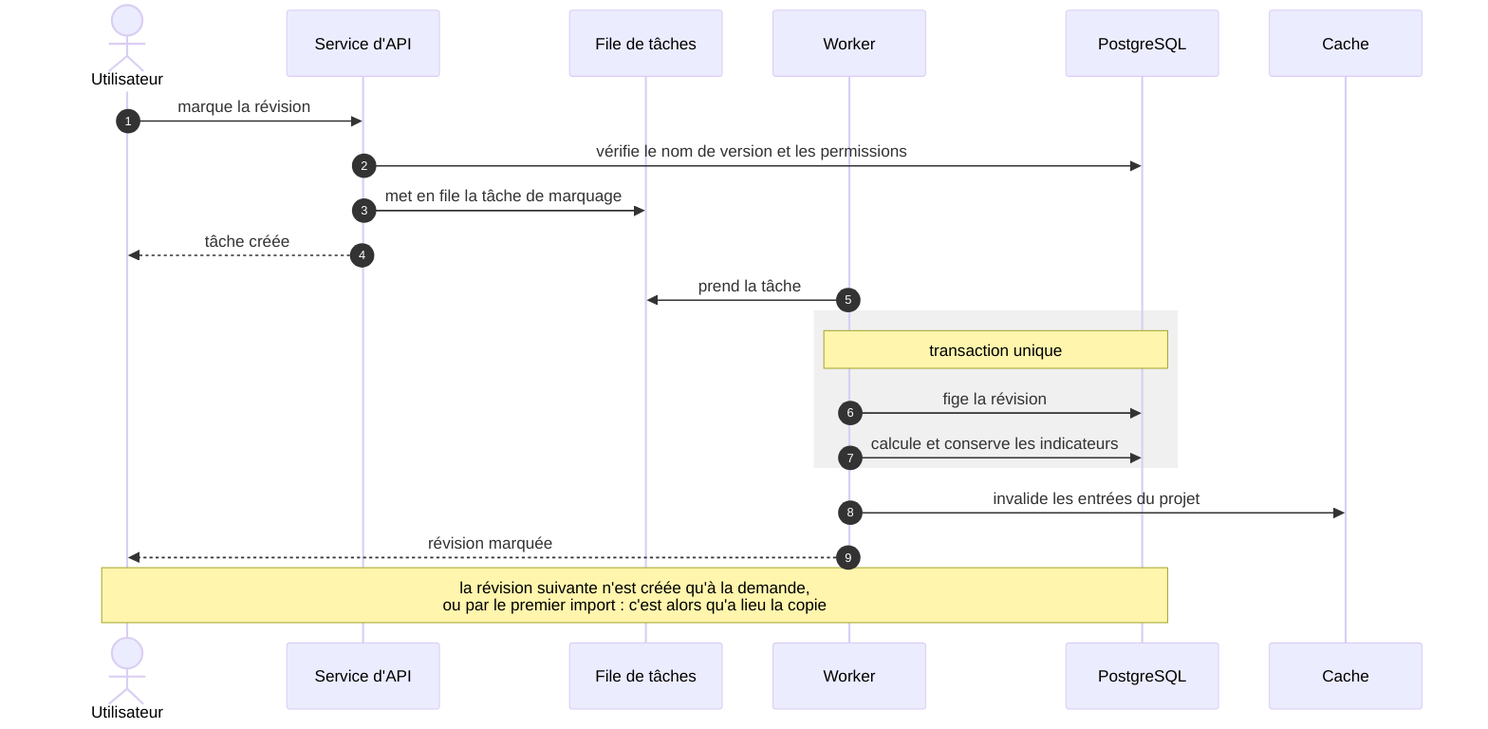
The Mermaid diagram docs/spec/figures/marquage-revision.png in waterfall-project/wf-project, before a commit. Its source is kept beside it as docs/spec/figures/marquage-revision.mmd.
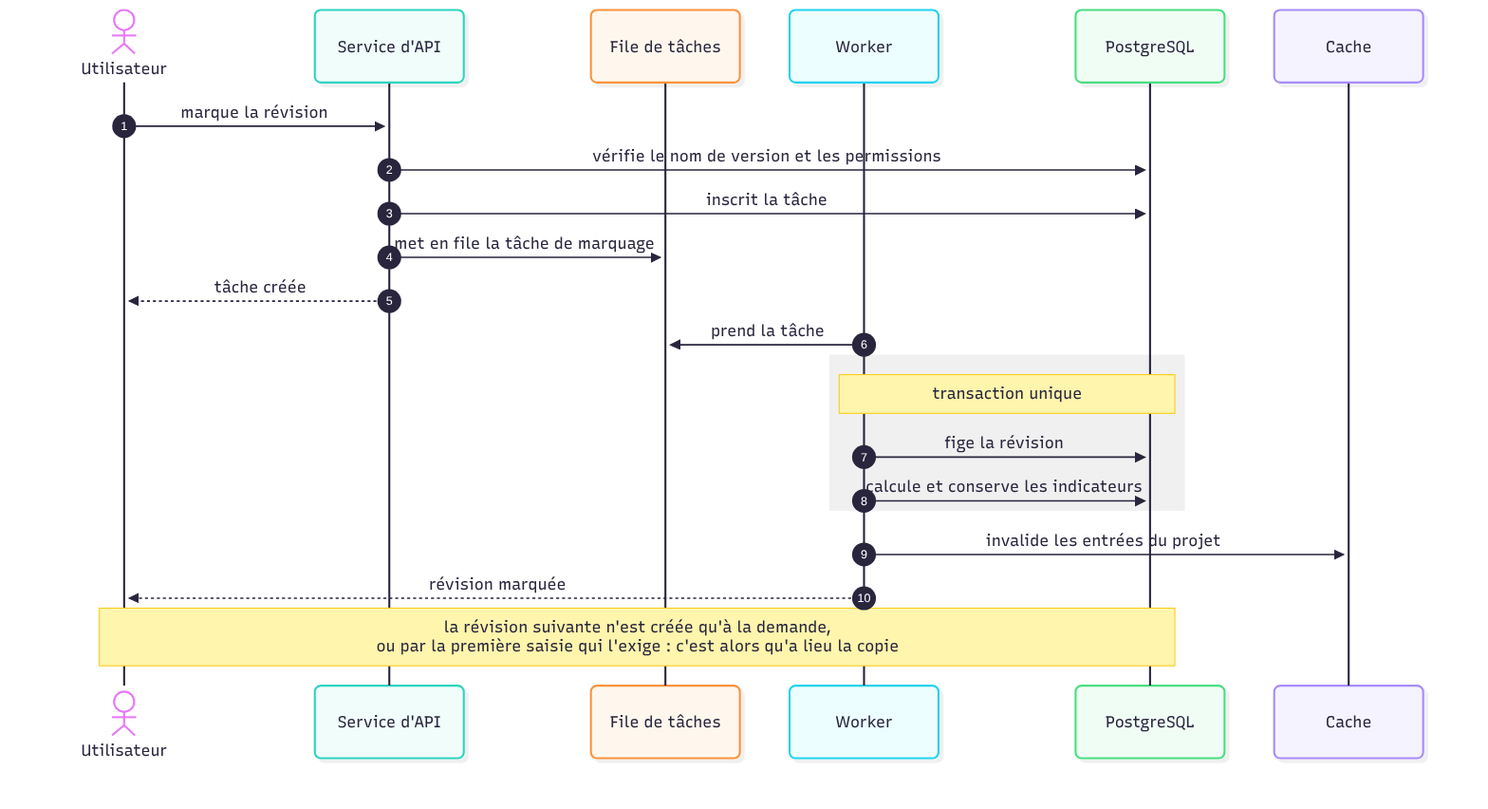
Above is the later version.

Diff of the diagram source:
```diff
@@ -9,6 +9,7 @@
 
     U->>A: marque la révision
     A->>B: vérifie le nom de version et les permissions
+    A->>B: inscrit la tâche
     A->>F: met en file la tâche de marquage
     A-->>U: tâche créée
     W->>F: prend la tâche
@@ -19,4 +20,4 @@
     end
     W->>C: invalide les entrées du projet
     W-->>U: révision marquée
-    Note over U,B: la révision suivante n'est créée qu'à la demande,<br/>ou par le premier import : c'est alors qu'a lieu la copie
+    Note over U,B: la révision suivante n'est créée qu'à la demande,<br/>ou par la première saisie qui l'exige : c'est alors qu'a lieu la copie
```
